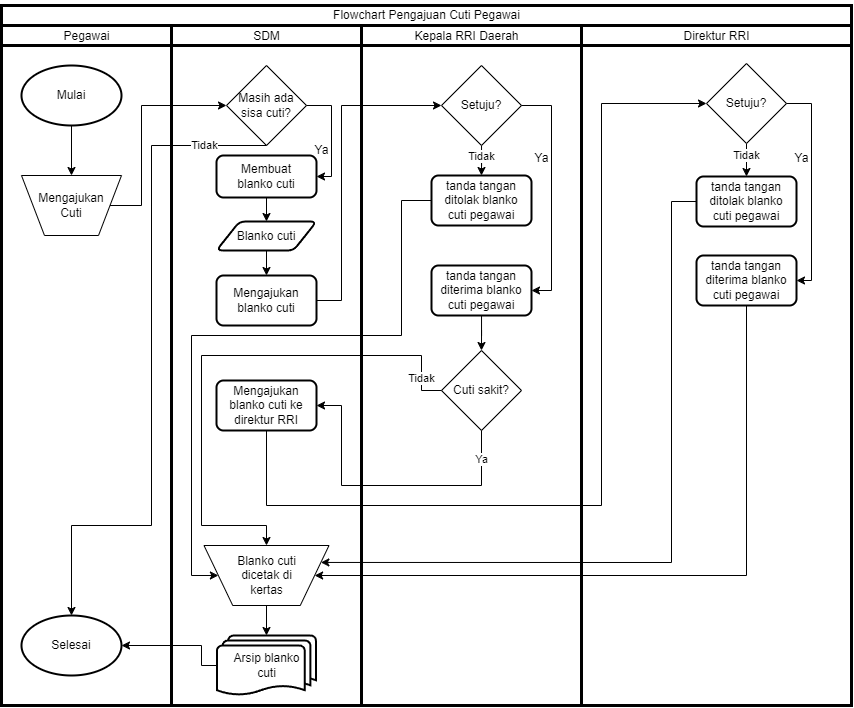
The draw.io diagram draw_io/flowchart pengajuan.drawio.png in PWira/Cuti-Pegawai-RRI, before a commit. Source tidied: cells renumbered, new cells last; positions are measured from the earlier drawing's top-left corner, leaving out a move shared by most shapes.
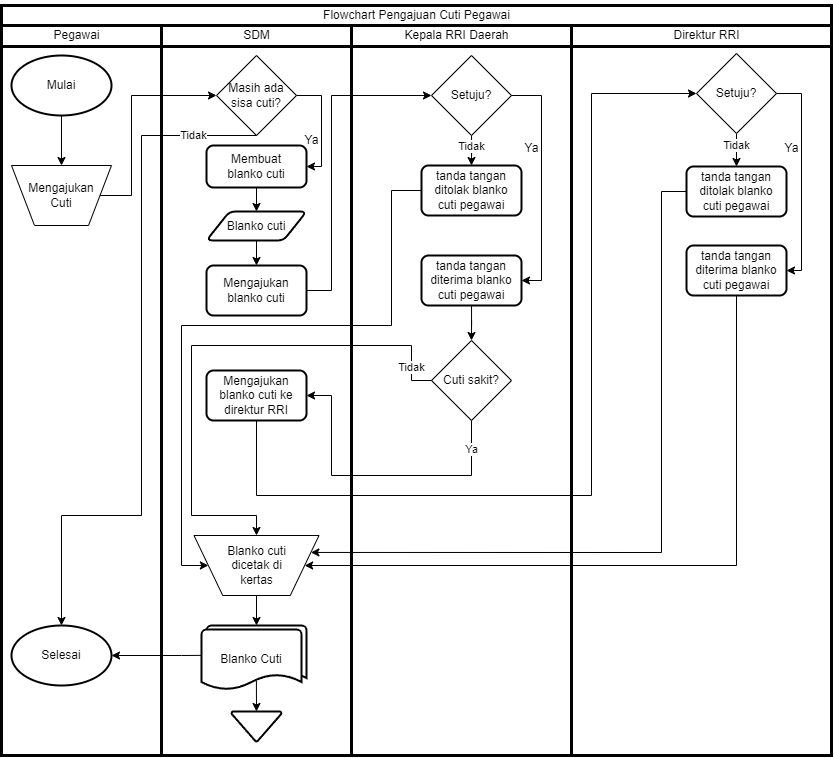
Later version of the same file.

Change to the diagram source:
```diff
@@ -9,16 +9,16 @@
       <mxGeometry x="20" y="65" width="100" height="60" as="geometry" />
     </mxCell>
     <mxCell id="4" value="Pegawai" style="text;html=1;align=center;verticalAlign=middle;strokeColor=none;fillColor=none;" parent="1" vertex="1">
-      <mxGeometry x="50" y="21" width="70" height="30" as="geometry" />
+      <mxGeometry x="50" y="30" width="70" height="30" as="geometry" />
     </mxCell>
     <mxCell id="5" value="SDM" style="text;html=1;align=center;verticalAlign=middle;strokeColor=none;fillColor=none;" parent="1" vertex="1">
-      <mxGeometry x="240" y="21" width="50" height="30" as="geometry" />
+      <mxGeometry x="240" y="30" width="50" height="30" as="geometry" />
     </mxCell>
     <mxCell id="6" value="Kepala RRI Daerah" style="text;html=1;align=center;verticalAlign=middle;strokeColor=none;fillColor=none;" parent="1" vertex="1">
-      <mxGeometry x="400" y="21" width="130" height="30" as="geometry" />
+      <mxGeometry x="400" y="30" width="130" height="30" as="geometry" />
     </mxCell>
     <mxCell id="7" value="Direktur RRI" style="text;html=1;align=center;verticalAlign=middle;strokeColor=none;fillColor=none;" parent="1" vertex="1">
-      <mxGeometry x="670" y="21" width="90" height="30" as="geometry" />
+      <mxGeometry x="670" y="30" width="90" height="30" as="geometry" />
     </mxCell>
     <mxCell id="8" value="Mengajukan&lt;br&gt;Cuti" style="verticalLabelPosition=middle;verticalAlign=middle;html=1;shape=trapezoid;perimeter=trapezoidPerimeter;whiteSpace=wrap;size=0.23;arcSize=10;flipV=1;labelPosition=center;align=center;" parent="1" vertex="1">
       <mxGeometry x="20" y="175" width="100" height="60" as="geometry" />
@@ -57,7 +57,7 @@
       </mxGeometry>
     </mxCell>
     <mxCell id="14" value="Selesai" style="strokeWidth=2;html=1;shape=mxgraph.flowchart.start_1;whiteSpace=wrap;" parent="1" vertex="1">
-      <mxGeometry x="20" y="615" width="100" height="60" as="geometry" />
+      <mxGeometry x="20" y="635" width="100" height="60" as="geometry" />
     </mxCell>
     <mxCell id="15" value="Ya" style="text;html=1;align=center;verticalAlign=middle;strokeColor=none;fillColor=none;" parent="1" vertex="1">
       <mxGeometry x="300" y="135" width="40" height="30" as="geometry" />
@@ -210,18 +210,18 @@
       <mxGeometry x="520" y="143" width="40" height="30" as="geometry" />
     </mxCell>
     <mxCell id="46" value="Flowchart Pengajuan Cuti Pegawai" style="text;html=1;align=center;verticalAlign=middle;strokeColor=none;fillColor=none;" parent="1" vertex="1">
-      <mxGeometry x="320" width="210" height="30" as="geometry" />
+      <mxGeometry x="320" y="10" width="210" height="30" as="geometry" />
     </mxCell>
     <mxCell id="47" style="endArrow=none;html=1;rounded=0;strokeWidth=3;" parent="1" edge="1">
       <mxGeometry relative="1" as="geometry">
-        <mxPoint y="25" as="sourcePoint" />
-        <mxPoint x="850" y="25" as="targetPoint" />
+        <mxPoint x="10" y="35" as="sourcePoint" />
+        <mxPoint x="840" y="35" as="targetPoint" />
       </mxGeometry>
     </mxCell>
     <mxCell id="48" style="endArrow=none;html=1;rounded=0;strokeWidth=3;" parent="1" edge="1">
       <mxGeometry relative="1" as="geometry">
-        <mxPoint y="45" as="sourcePoint" />
-        <mxPoint x="850" y="45" as="targetPoint" />
+        <mxPoint x="10" y="56" as="sourcePoint" />
+        <mxPoint x="840" y="56" as="targetPoint" />
       </mxGeometry>
     </mxCell>
     <mxCell id="49" style="edgeStyle=orthogonalEdgeStyle;rounded=0;jettySize=auto;html=1;entryX=0.5;entryY=0;entryDx=0;entryDy=0;" parent="1" edge="1" source="50" target="29">
@@ -230,40 +230,48 @@
     <mxCell id="50" value="Blanko cuti" style="shape=parallelogram;html=1;strokeWidth=2;perimeter=parallelogramPerimeter;whiteSpace=wrap;rounded=1;arcSize=12;size=0.23;" parent="1" vertex="1">
       <mxGeometry x="215" y="221" width="100" height="29" as="geometry" />
     </mxCell>
-    <mxCell id="51" value="Arsip blanko&lt;div&gt;cuti&lt;/div&gt;" style="strokeWidth=2;html=1;shape=mxgraph.flowchart.multi-document;whiteSpace=wrap;" parent="1" vertex="1">
-      <mxGeometry x="215.5" y="635" width="99" height="60" as="geometry" />
-    </mxCell>
-    <mxCell id="52" style="edgeStyle=orthogonalEdgeStyle;rounded=0;jettySize=auto;html=1;entryX=0.5;entryY=0;entryDx=0;entryDy=0;entryPerimeter=0;" parent="1" edge="1" source="35" target="51">
+    <mxCell id="52" style="edgeStyle=orthogonalEdgeStyle;rounded=0;jettySize=auto;html=1;entryX=0.5;entryY=0;entryDx=0;entryDy=0;entryPerimeter=0;" parent="1" edge="1" source="35" target="58">
       <mxGeometry relative="1" as="geometry" />
     </mxCell>
-    <mxCell id="53" style="endArrow=classic;html=1;rounded=0;exitX=0;exitY=0.5;exitDx=0;exitDy=0;exitPerimeter=0;entryX=1;entryY=0.5;entryDx=0;entryDy=0;entryPerimeter=0;" parent="1" edge="1" source="51" target="14">
+    <mxCell id="53" style="endArrow=classic;html=1;rounded=0;exitX=0.013;exitY=0.431;exitDx=0;exitDy=0;exitPerimeter=0;entryX=1;entryY=0.5;entryDx=0;entryDy=0;entryPerimeter=0;" parent="1" edge="1" source="59" target="14">
       <mxGeometry relative="1" as="geometry">
         <Array as="points">
-          <mxPoint x="200" y="665" />
-          <mxPoint x="200" y="645" />
+          <mxPoint x="190" y="665" />
         </Array>
       </mxGeometry>
     </mxCell>
     <mxCell id="54" style="endArrow=none;html=1;rounded=0;strokeWidth=3;" parent="1" edge="1">
       <mxGeometry relative="1" as="geometry">
-        <mxPoint x="170" y="705" as="sourcePoint" />
-        <mxPoint x="170" y="25" as="targetPoint" />
+        <mxPoint x="170" y="765" as="sourcePoint" />
+        <mxPoint x="170" y="35" as="targetPoint" />
       </mxGeometry>
     </mxCell>
     <mxCell id="55" style="endArrow=none;html=1;rounded=0;strokeWidth=3;" parent="1" edge="1">
       <mxGeometry relative="1" as="geometry">
-        <mxPoint x="360" y="705" as="sourcePoint" />
-        <mxPoint x="360" y="25" as="targetPoint" />
+        <mxPoint x="360" y="765" as="sourcePoint" />
+        <mxPoint x="360" y="35" as="targetPoint" />
       </mxGeometry>
     </mxCell>
     <mxCell id="56" style="endArrow=none;html=1;rounded=0;strokeWidth=3;" parent="1" edge="1">
       <mxGeometry relative="1" as="geometry">
-        <mxPoint x="580" y="705" as="sourcePoint" />
-        <mxPoint x="580" y="25" as="targetPoint" />
+        <mxPoint x="580" y="765" as="sourcePoint" />
+        <mxPoint x="580" y="35" as="targetPoint" />
       </mxGeometry>
     </mxCell>
     <mxCell id="57" style="rounded=0;whiteSpace=wrap;html=1;fillColor=none;strokeWidth=3;" parent="1" vertex="1">
-      <mxGeometry y="5" width="850" height="700" as="geometry" />
+      <mxGeometry x="10" y="15" width="830" height="750" as="geometry" />
     </mxCell>
+    <mxCell id="58" style="strokeWidth=2;html=1;shape=mxgraph.flowchart.document2;whiteSpace=wrap;size=0.25;" parent="1" vertex="1">
+      <mxGeometry x="215" y="635" width="100" height="60" as="geometry" />
+    </mxCell>
+    <mxCell id="59" value="Blanko Cuti" style="strokeWidth=2;html=1;shape=mxgraph.flowchart.document2;whiteSpace=wrap;size=0.25;" parent="1" vertex="1">
+      <mxGeometry x="210" y="639" width="100" height="60" as="geometry" />
+    </mxCell>
+    <mxCell id="60" style="strokeWidth=2;html=1;shape=mxgraph.flowchart.merge_or_storage;whiteSpace=wrap;" parent="1" vertex="1">
+      <mxGeometry x="240" y="721" width="50" height="30" as="geometry" />
+    </mxCell>
+    <mxCell id="61" style="endArrow=classic;html=1;rounded=0;exitX=0.549;exitY=0.853;exitDx=0;exitDy=0;exitPerimeter=0;entryX=0.5;entryY=0;entryDx=0;entryDy=0;entryPerimeter=0;" parent="1" edge="1" source="59" target="60">
+      <mxGeometry relative="1" as="geometry" />
+    </mxCell>
   </root>
 </mxGraphModel>
```
